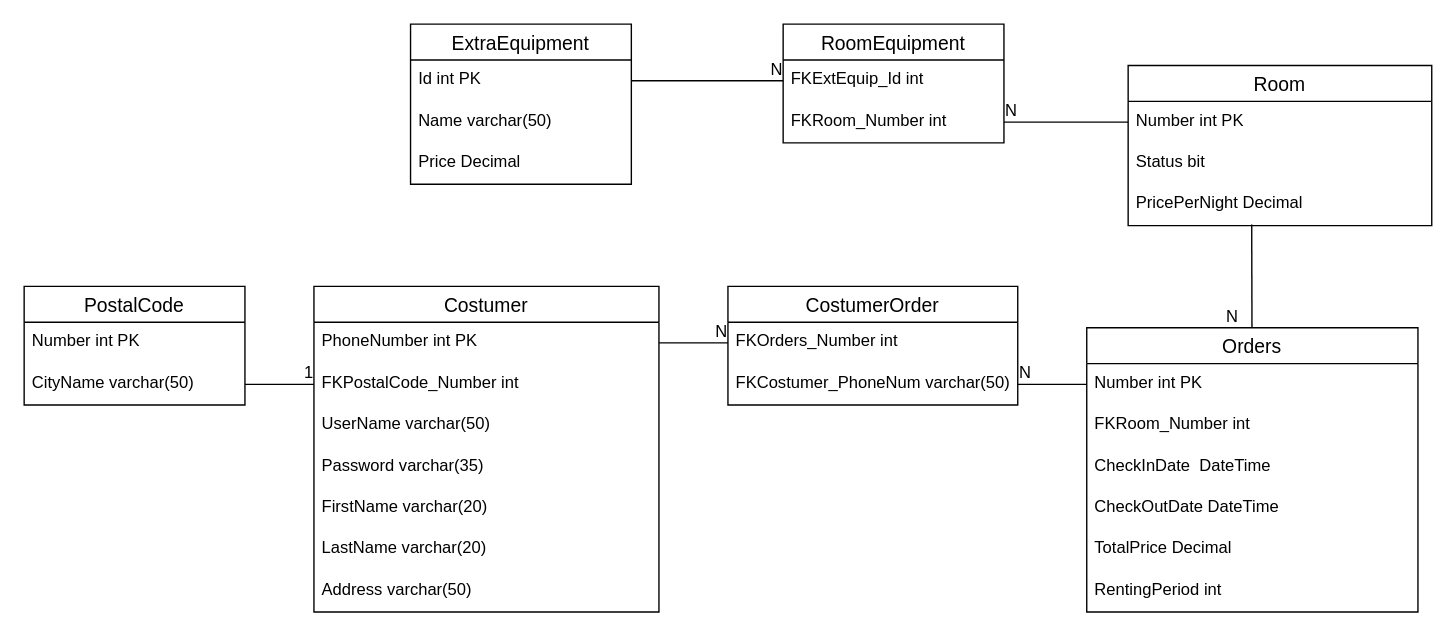
Mojiez/H2Opgaver keeps this draw.io diagram as Hotel_LandLyst/Hotel_LandLyst_Db.drawio. Above is the earlier version. Source tidied: cells renumbered, new cells numbered last; positions are measured from the earlier drawing's top-left corner, leaving out a move shared by most shapes. Both pictures are drawn from the tidied source at 138%, with x=0, y=0 at pixel (23, 23).
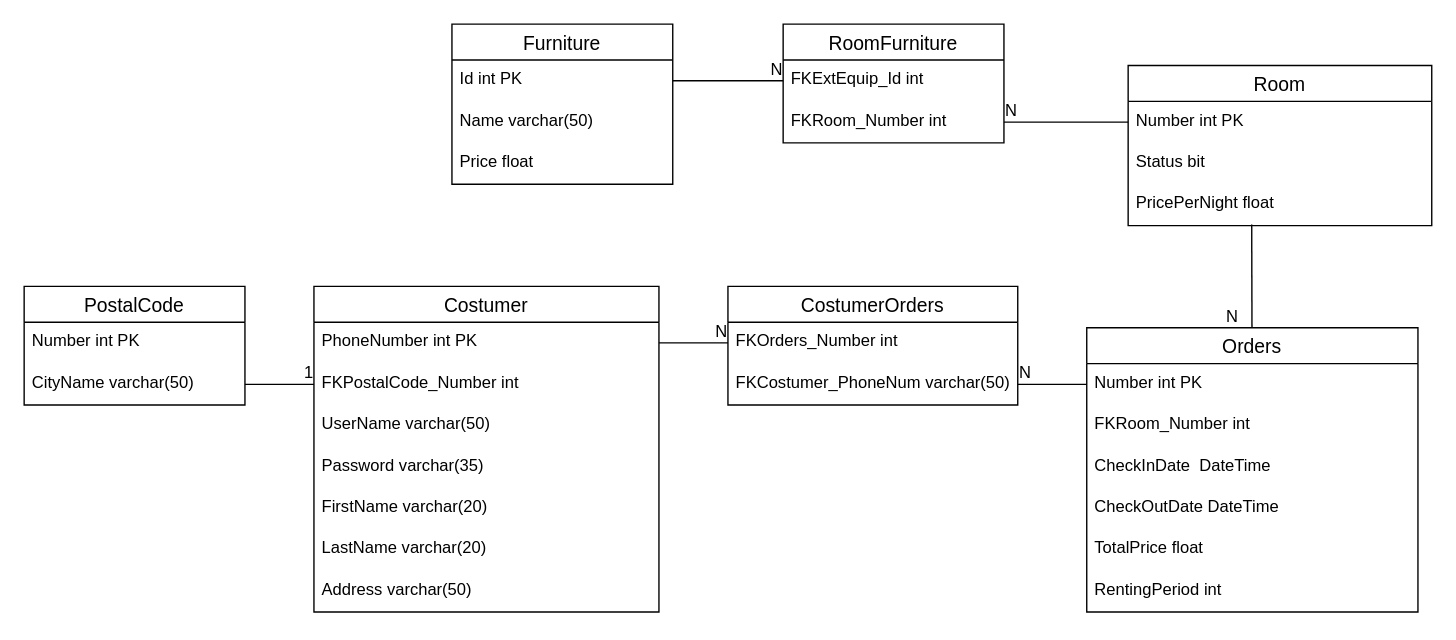
The same page after the edit.

The change refers to these unchanged cells:
```xml
<mxCell id="13" value="Orders" style="swimlane;fontStyle=0;horizontal=1;startSize=26;align=center;fontSize=14;" parent="1" vertex="1">
  <mxGeometry x="770" y="220" width="240" height="206" as="geometry" />
</mxCell>
<mxCell id="20" value="Room" style="swimlane;fontStyle=0;horizontal=1;startSize=26;align=center;fontSize=14;" parent="1" vertex="1">
  <mxGeometry x="800" y="30" width="220" height="116" as="geometry" />
</mxCell>
```

What changed in the source:
```diff
@@
-    <mxCell id="18" value="TotalPrice Decimal" style="text;strokeColor=none;fillColor=none;spacingLeft=4;spacingRight=4;overflow=hidden;fontSize=12;" parent="13" vertex="1">
+    <mxCell id="18" value="TotalPrice float" style="text;strokeColor=none;fillColor=none;spacingLeft=4;spacingRight=4;overflow=hidden;fontSize=12;" parent="13" vertex="1">
       <mxGeometry y="146" width="240" height="30" as="geometry" />
     </mxCell>
@@
-    <mxCell id="23" value="PricePerNight Decimal" style="text;strokeColor=none;fillColor=none;spacingLeft=4;spacingRight=4;overflow=hidden;points=[[0,0.5],[1,0.5]];portConstraint=eastwest;fontSize=12;" parent="20" vertex="1">
+    <mxCell id="23" value="PricePerNight float" style="text;strokeColor=none;fillColor=none;spacingLeft=4;spacingRight=4;overflow=hidden;points=[[0,0.5],[1,0.5]];portConstraint=eastwest;fontSize=12;" parent="20" vertex="1">
       <mxGeometry y="86" width="220" height="30" as="geometry" />
     </mxCell>
-    <mxCell id="24" value="ExtraEquipment" style="swimlane;fontStyle=0;horizontal=1;startSize=26;align=center;fontSize=14;" parent="1" vertex="1">
-      <mxGeometry x="280" width="160" height="116" as="geometry" />
+    <mxCell id="24" value="Furniture" style="swimlane;fontStyle=0;horizontal=1;startSize=26;align=center;fontSize=14;" parent="1" vertex="1">
+      <mxGeometry x="310" width="160" height="116" as="geometry" />
     </mxCell>
@@
-    <mxCell id="27" value="Price Decimal" style="text;strokeColor=none;fillColor=none;spacingLeft=4;spacingRight=4;overflow=hidden;fontSize=12;" parent="24" vertex="1">
+    <mxCell id="27" value="Price float" style="text;strokeColor=none;fillColor=none;spacingLeft=4;spacingRight=4;overflow=hidden;fontSize=12;" parent="24" vertex="1">
       <mxGeometry y="86" width="160" height="30" as="geometry" />
     </mxCell>
@@
-    <mxCell id="32" value="CostumerOrder" style="swimlane;fontStyle=0;horizontal=1;startSize=26;align=center;fontSize=14;" parent="1" vertex="1">
+    <mxCell id="32" value="CostumerOrders" style="swimlane;fontStyle=0;horizontal=1;startSize=26;align=center;fontSize=14;" parent="1" vertex="1">
       <mxGeometry x="510" y="190" width="210" height="86" as="geometry" />
     </mxCell>
@@
-    <mxCell id="39" value="RoomEquipment" style="swimlane;fontStyle=0;horizontal=1;startSize=26;align=center;fontSize=14;" parent="1" vertex="1">
+    <mxCell id="39" value="RoomFurniture" style="swimlane;fontStyle=0;horizontal=1;startSize=26;align=center;fontSize=14;" parent="1" vertex="1">
       <mxGeometry x="550" width="160" height="86" as="geometry" />
     </mxCell>
```
